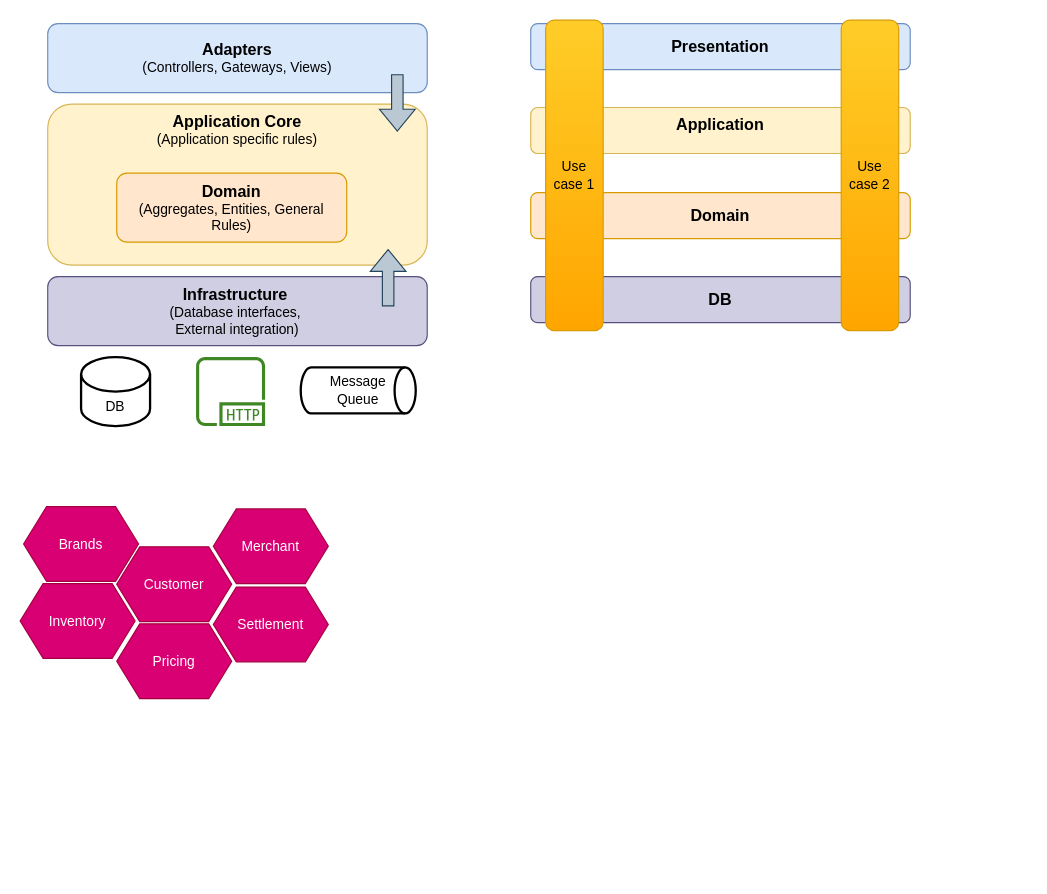
Before: diagrams/architecture_styles.drawio in sachinsu/sachinsu.github.io, a draw.io diagram. Source tidied: cells renumbered, new cells numbered last; positions are measured from the earlier drawing's top-left corner, leaving out a move shared by most shapes. Both pictures are drawn from the tidied source at 115%, with x=0, y=0 at pixel (20, 20).
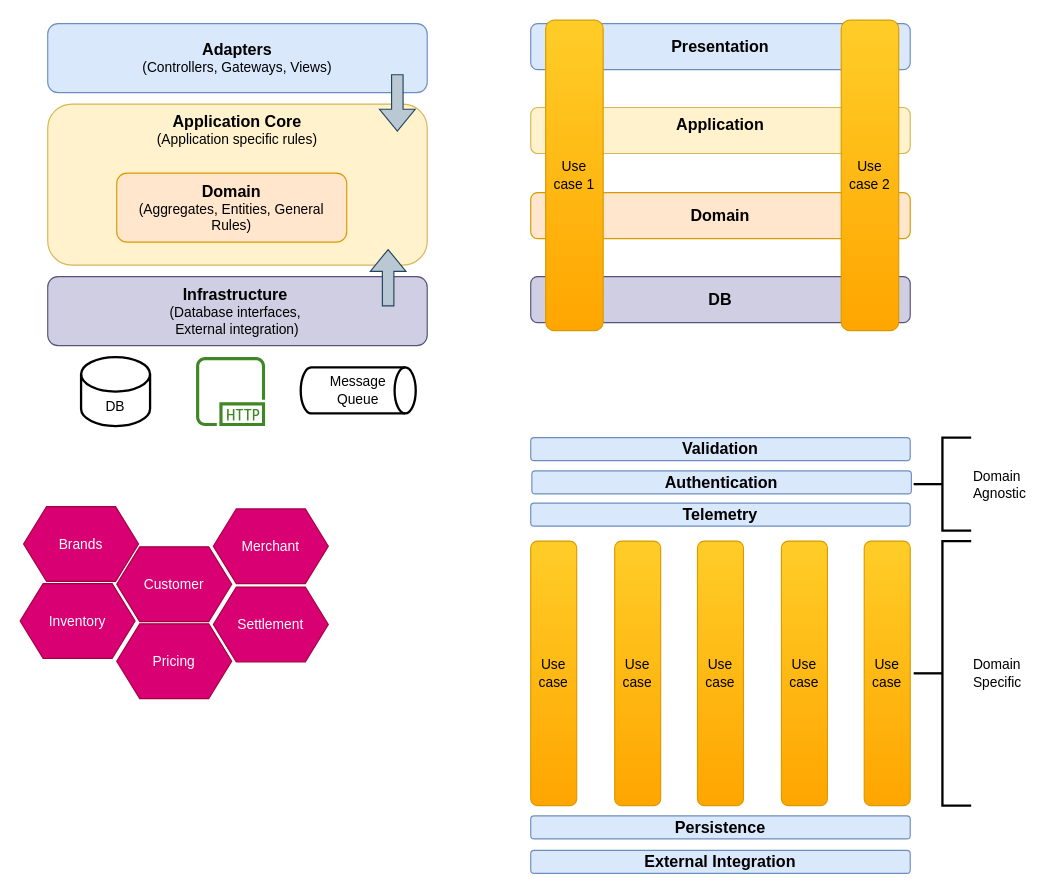
Above is the later version.

What changed in the source:
```diff
@@
+    <mxCell id="23" value="&lt;span style=&quot;font-size: 14px;&quot;&gt;&lt;b&gt;Validation&lt;/b&gt;&lt;/span&gt;" style="rounded=1;whiteSpace=wrap;html=1;fillColor=#dae8fc;strokeColor=#6c8ebf;" parent="1" vertex="1">
+      <mxGeometry x="444" y="363" width="330" height="20" as="geometry" />
+    </mxCell>
+    <mxCell id="24" value="&lt;span style=&quot;font-size: 14px;&quot;&gt;&lt;b&gt;Authentication&lt;/b&gt;&lt;/span&gt;" style="rounded=1;whiteSpace=wrap;html=1;fillColor=#dae8fc;strokeColor=#6c8ebf;" parent="1" vertex="1">
+      <mxGeometry x="445" y="392" width="330" height="20" as="geometry" />
+    </mxCell>
+    <mxCell id="25" value="&lt;span style=&quot;font-size: 14px;&quot;&gt;&lt;b&gt;Telemetry&lt;/b&gt;&lt;/span&gt;" style="rounded=1;whiteSpace=wrap;html=1;fillColor=#dae8fc;strokeColor=#6c8ebf;" parent="1" vertex="1">
+      <mxGeometry x="444" y="420" width="330" height="20" as="geometry" />
+    </mxCell>
+    <mxCell id="26" value="Use case" style="rounded=1;whiteSpace=wrap;html=1;fillColor=#ffcd28;gradientColor=#ffa500;strokeColor=#d79b00;" parent="1" vertex="1">
+      <mxGeometry x="444" y="453" width="40" height="230" as="geometry" />
+    </mxCell>
+    <mxCell id="27" value="Use case" style="rounded=1;whiteSpace=wrap;html=1;fillColor=#ffcd28;gradientColor=#ffa500;strokeColor=#d79b00;" parent="1" vertex="1">
+      <mxGeometry x="662" y="453" width="40" height="230" as="geometry" />
+    </mxCell>
+    <mxCell id="28" value="Use case" style="rounded=1;whiteSpace=wrap;html=1;fillColor=#ffcd28;gradientColor=#ffa500;strokeColor=#d79b00;" parent="1" vertex="1">
+      <mxGeometry x="734" y="453" width="40" height="230" as="geometry" />
+    </mxCell>
+    <mxCell id="29" value="Use case" style="rounded=1;whiteSpace=wrap;html=1;fillColor=#ffcd28;gradientColor=#ffa500;strokeColor=#d79b00;" parent="1" vertex="1">
+      <mxGeometry x="517" y="453" width="40" height="230" as="geometry" />
+    </mxCell>
+    <mxCell id="30" value="Use case" style="rounded=1;whiteSpace=wrap;html=1;fillColor=#ffcd28;gradientColor=#ffa500;strokeColor=#d79b00;" parent="1" vertex="1">
+      <mxGeometry x="589" y="453" width="40" height="230" as="geometry" />
+    </mxCell>
+    <mxCell id="31" value="&lt;span style=&quot;font-size: 14px;&quot;&gt;&lt;b&gt;Persistence&lt;/b&gt;&lt;/span&gt;" style="rounded=1;whiteSpace=wrap;html=1;fillColor=#dae8fc;strokeColor=#6c8ebf;" parent="1" vertex="1">
+      <mxGeometry x="444" y="692" width="330" height="20" as="geometry" />
+    </mxCell>
+    <mxCell id="32" value="&lt;span style=&quot;font-size: 14px;&quot;&gt;&lt;b&gt;External Integration&lt;/b&gt;&lt;/span&gt;" style="rounded=1;whiteSpace=wrap;html=1;fillColor=#dae8fc;strokeColor=#6c8ebf;" parent="1" vertex="1">
+      <mxGeometry x="444" y="722" width="330" height="20" as="geometry" />
+    </mxCell>
+    <mxCell id="33" value="Domain &lt;br&gt;Agnostic" style="strokeWidth=2;html=1;shape=mxgraph.flowchart.annotation_2;align=left;labelPosition=right;" parent="1" vertex="1">
+      <mxGeometry x="777" y="363" width="50" height="81" as="geometry" />
+    </mxCell>
+    <mxCell id="34" value="Domain &lt;br&gt;Specific" style="strokeWidth=2;html=1;shape=mxgraph.flowchart.annotation_2;align=left;labelPosition=right;" parent="1" vertex="1">
+      <mxGeometry x="777" y="453" width="50" height="230" as="geometry" />
+    </mxCell>
```
